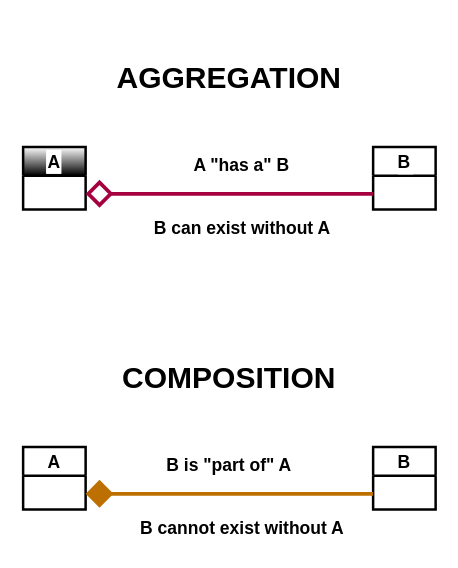
surajit1312/Low_Level_System_Design keeps this draw.io diagram as P0_UML_Diagrams/ClassRelationships_Aggregation_Composition.drawio. Above is the earlier version. Source tidied: cells renumbered, new cells numbered last; positions are measured from the earlier drawing's top-left corner, leaving out a move shared by most shapes. Both pictures are drawn from the tidied source at 125%, with x=0, y=0 at pixel (22, 21).
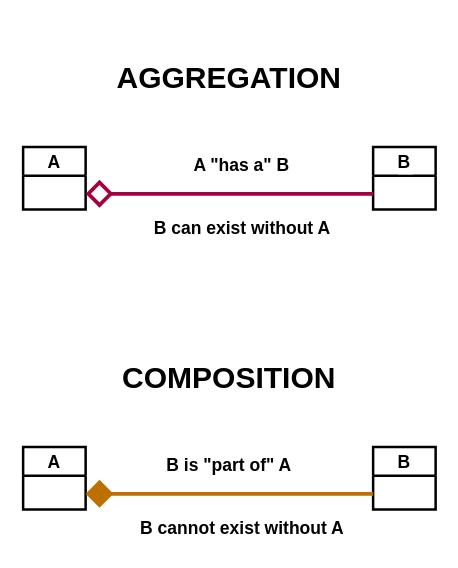
Above is the later version.

Commit message (it also covers changes not shown here):
feat[LLD][DesignPatterns][UML]: UML diagrams

What changed in the source:
```diff
@@
 <mxGraphModel background="#ffffff">
   <root>
     <mxCell id="0" />
     <mxCell id="1" parent="0" />
-    <mxCell id="2" value="A" style="swimlane;fontStyle=1;startSize=23;fontSize=14;fontColor=#000000;labelBackgroundColor=#FFFFFF;labelBorderColor=#FFFFFF;swimlaneFillColor=#FFFFFF;fillStyle=auto;fillColor=#FFFFFF;gradientColor=default;rounded=0;shadow=0;whiteSpace=wrap;strokeWidth=2;strokeColor=#000000;" parent="1" vertex="1">
+    <mxCell id="2" value="A" style="swimlane;fontStyle=1;startSize=23;fontSize=14;fontColor=#000000;labelBackgroundColor=#FFFFFF;labelBorderColor=none;swimlaneFillColor=#FFFFFF;fillStyle=auto;fillColor=#FFFFFF;gradientColor=none;rounded=0;shadow=0;whiteSpace=wrap;strokeWidth=2;strokeColor=#000000;" parent="1" vertex="1">
       <mxGeometry y="100" width="50" height="50" as="geometry" />
     </mxCell>
     <mxCell id="3" value="B" style="swimlane;fontStyle=1;fontSize=14;fontColor=#000000;labelBorderColor=none;labelBackgroundColor=#FFFFFF;strokeColor=#000000;rounded=0;shadow=0;swimlaneFillColor=none;fillColor=#FFFFFF;strokeWidth=2;" parent="1" vertex="1">
       <mxGeometry x="280" y="100" width="50" height="50" as="geometry" />
     </mxCell>
     <mxCell id="4" value="&lt;b&gt;A &quot;has a&quot; B&lt;/b&gt;" style="text;html=1;strokeColor=none;fillColor=none;align=center;verticalAlign=middle;whiteSpace=wrap;rounded=0;fontSize=14;fontColor=#000000;" parent="1" vertex="1">
       <mxGeometry x="105" y="100" width="140" height="30" as="geometry" />
     </mxCell>
     <mxCell id="5" value="&lt;b&gt;&lt;font style=&quot;font-size: 24px;&quot;&gt;AGGREGATION&lt;/font&gt;&lt;/b&gt;" style="text;html=1;strokeColor=none;fillColor=none;align=center;verticalAlign=middle;whiteSpace=wrap;rounded=0;fontSize=14;rotation=0;fontColor=#000000;" parent="1" vertex="1">
       <mxGeometry x="25" width="280" height="90" as="geometry" />
     </mxCell>
     <mxCell id="6" style="endArrow=diamond;html=1;entryX=1;entryY=0.75;entryDx=0;entryDy=0;exitX=0;exitY=0.75;exitDx=0;exitDy=0;strokeWidth=3;endFill=0;endSize=15;startSize=0;rounded=0;fillColor=#d80073;strokeColor=#A50040;fontColor=#000000;" parent="1" edge="1" source="3" target="2">
       <mxGeometry relative="1" as="geometry" />
     </mxCell>
     <mxCell id="7" value="&lt;b&gt;&lt;font style=&quot;font-size: 14px;&quot;&gt;B can exist without A&lt;/font&gt;&lt;/b&gt;" style="text;html=1;align=center;verticalAlign=middle;strokeColor=none;fillColor=none;fontColor=#000000;" parent="1" vertex="1">
       <mxGeometry x="95" y="150" width="160" height="30" as="geometry" />
     </mxCell>
     <mxCell id="8" value="A" style="swimlane;fontStyle=1;startSize=23;fontSize=14;fontColor=#000000;strokeColor=#000000;strokeWidth=2;fillColor=#FFFFFF;" parent="1" vertex="1">
       <mxGeometry y="340" width="50" height="50" as="geometry" />
     </mxCell>
     <mxCell id="9" value="B" style="swimlane;fontStyle=1;fontSize=14;fontColor=#000000;strokeColor=#000000;strokeWidth=2;labelBackgroundColor=none;fillColor=#FFFFFF;" parent="1" vertex="1">
       <mxGeometry x="280" y="340" width="50" height="50" as="geometry" />
     </mxCell>
     <mxCell id="10" value="&lt;b&gt;B is &quot;part of&quot; A&lt;/b&gt;" style="text;html=1;strokeColor=none;fillColor=none;align=center;verticalAlign=middle;whiteSpace=wrap;rounded=0;fontSize=14;fontColor=#000000;" parent="1" vertex="1">
       <mxGeometry x="95" y="340" width="140" height="30" as="geometry" />
     </mxCell>
     <mxCell id="11" value="&lt;b&gt;&lt;font style=&quot;font-size: 24px;&quot;&gt;COMPOSITION&lt;/font&gt;&lt;/b&gt;" style="text;html=1;strokeColor=none;fillColor=none;align=center;verticalAlign=middle;whiteSpace=wrap;rounded=0;fontSize=14;rotation=0;fontColor=#000000;" parent="1" vertex="1">
       <mxGeometry x="25" y="240" width="280" height="90" as="geometry" />
     </mxCell>
     <mxCell id="12" style="endArrow=diamond;html=1;entryX=1;entryY=0.75;entryDx=0;entryDy=0;exitX=0;exitY=0.75;exitDx=0;exitDy=0;strokeWidth=3;endFill=1;endSize=15;startSize=0;rounded=0;fillColor=#f0a30a;strokeColor=#BD7000;fontColor=#000000;" parent="1" edge="1" source="9" target="8">
       <mxGeometry relative="1" as="geometry" />
     </mxCell>
     <mxCell id="13" value="&lt;b&gt;&lt;font style=&quot;font-size: 14px;&quot;&gt;B cannot exist without A&lt;/font&gt;&lt;/b&gt;" style="text;html=1;align=center;verticalAlign=middle;strokeColor=none;fillColor=none;fontColor=#000000;" parent="1" vertex="1">
       <mxGeometry x="80" y="390" width="190" height="30" as="geometry" />
     </mxCell>
   </root>
 </mxGraphModel>
```
